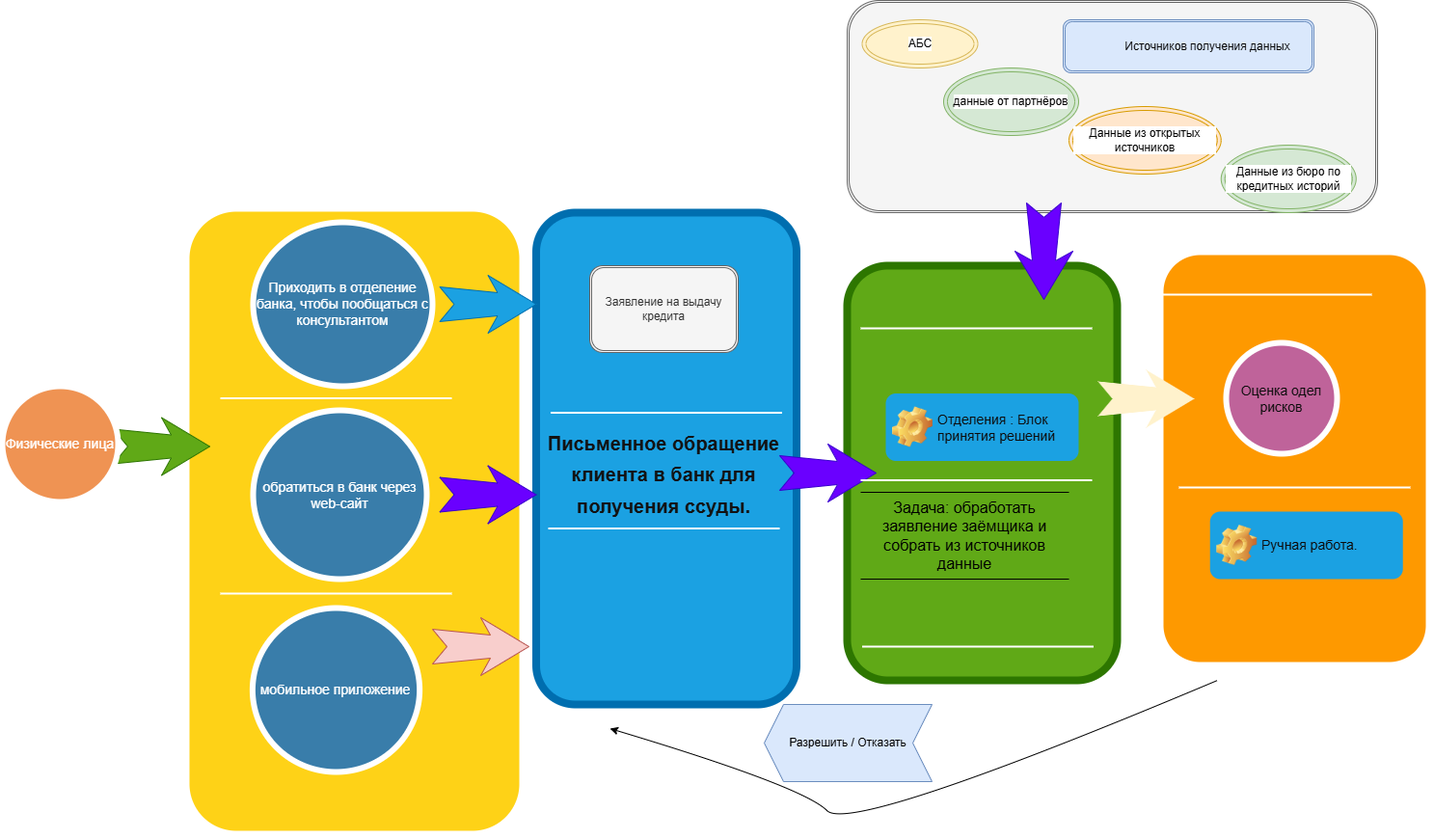
Ujumanazarov/kubernetes keeps this draw.io diagram as docs/Диаграмма без названия.drawio.png. Above is the earlier version. Source tidied: cells renumbered, new cells last; positions are measured from the earlier drawing's top-left corner, leaving out a move shared by most shapes.
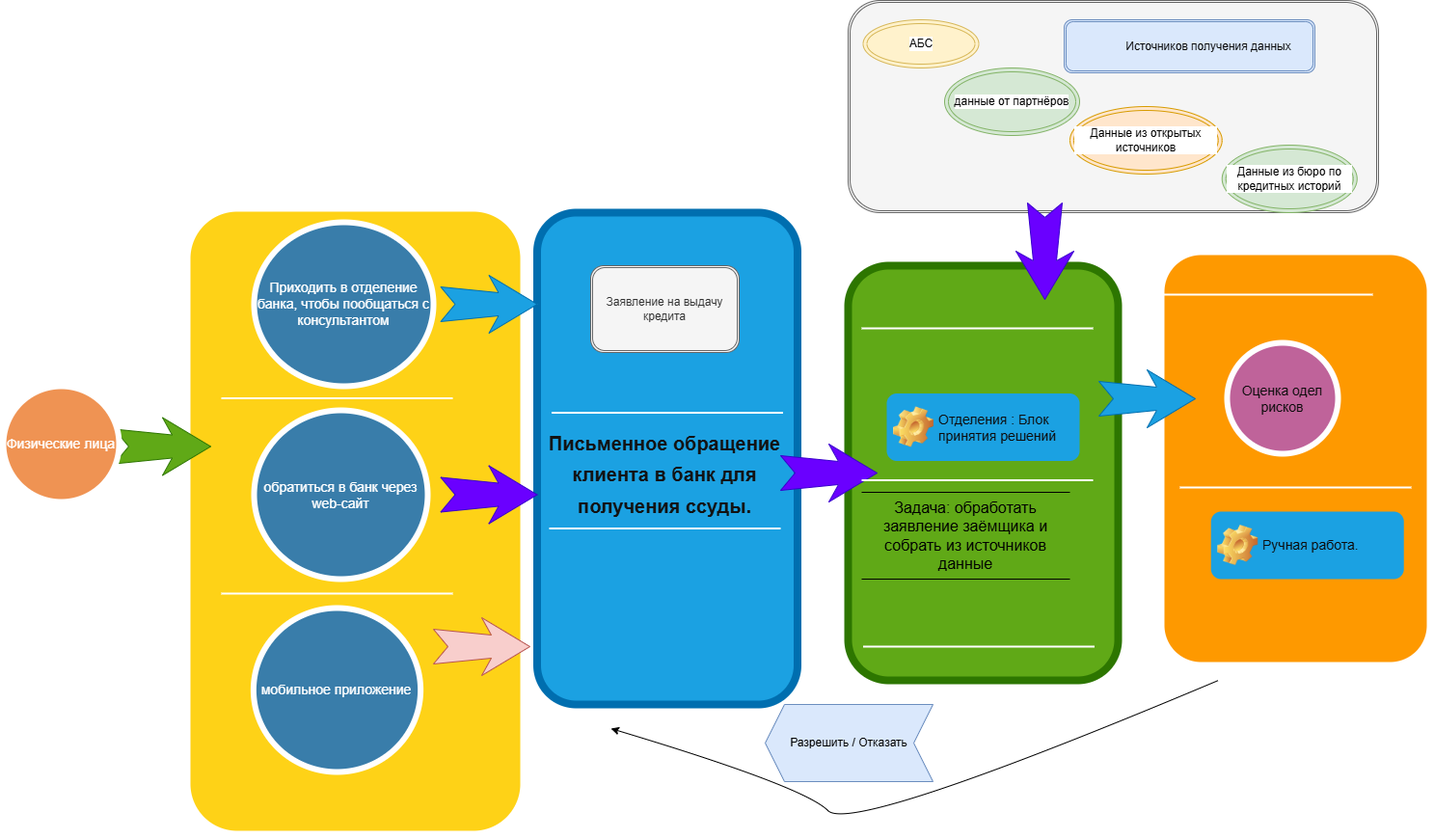
The same file after the commit.

What changed in the source:
```diff
@@ -53,7 +53,7 @@
     <mxCell id="18" style="line;strokeWidth=2;html=1;rounded=0;shadow=0;fontSize=27;align=center;fillColor=none;strokeColor=#FFFFFF;" parent="1" vertex="1">
       <mxGeometry x="1220" y="500" width="240" height="10" as="geometry" />
     </mxCell>
-    <mxCell id="19" style="html=1;shadow=0;dashed=0;align=center;verticalAlign=middle;shape=mxgraph.arrows2.stylisedArrow;dy=0.6;dx=40;notch=15;feather=0.4;rounded=0;strokeWidth=1;fontSize=27;strokeColor=none;fillColor=#fff2cc;fontColor=light-dark(#301212, #ededed);" parent="1" vertex="1">
+    <mxCell id="19" style="html=1;shadow=0;dashed=0;align=center;verticalAlign=middle;shape=mxgraph.arrows2.stylisedArrow;dy=0.6;dx=40;notch=15;feather=0.4;rounded=0;strokeWidth=1;fontSize=27;strokeColor=#006EAF;fillColor=#1ba1e2;fontColor=#ffffff;" parent="1" vertex="1">
       <mxGeometry x="1136" y="383" width="100" height="60" as="geometry" />
     </mxCell>
     <mxCell id="20" value="&lt;span&gt;&lt;font style=&quot;color: light-dark(rgb(13, 12, 12), rgb(237, 237, 237));&quot;&gt;Оценка одел рисков&lt;/font&gt;&lt;/span&gt;" style="ellipse;whiteSpace=wrap;html=1;rounded=0;shadow=0;strokeWidth=6;fontSize=14;align=center;fillColor=#BF639A;strokeColor=#FFFFFF;fontColor=#FFFFFF;" parent="1" vertex="1">
```
